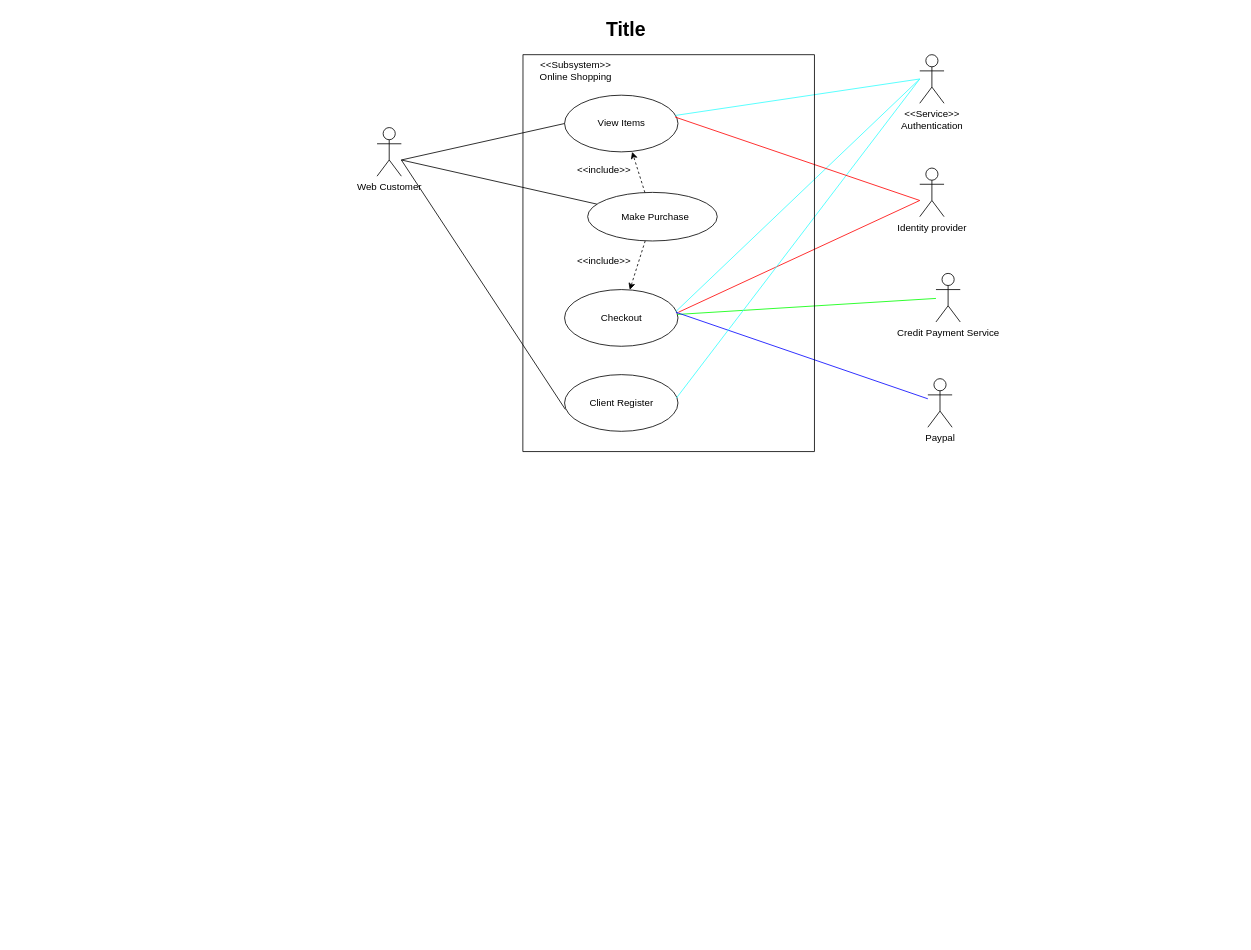
22022658NguyenTienKhoi/dict keeps this draw.io diagram as Biểu đồ không có tiêu đề.drawio. Above is the earlier version. Source tidied: cells renumbered, new cells numbered last; positions are measured from the earlier drawing's top-left corner, leaving out a move shared by most shapes. Both pictures are drawn from the tidied source at 81%, with x=0, y=0 at pixel (14, 14).
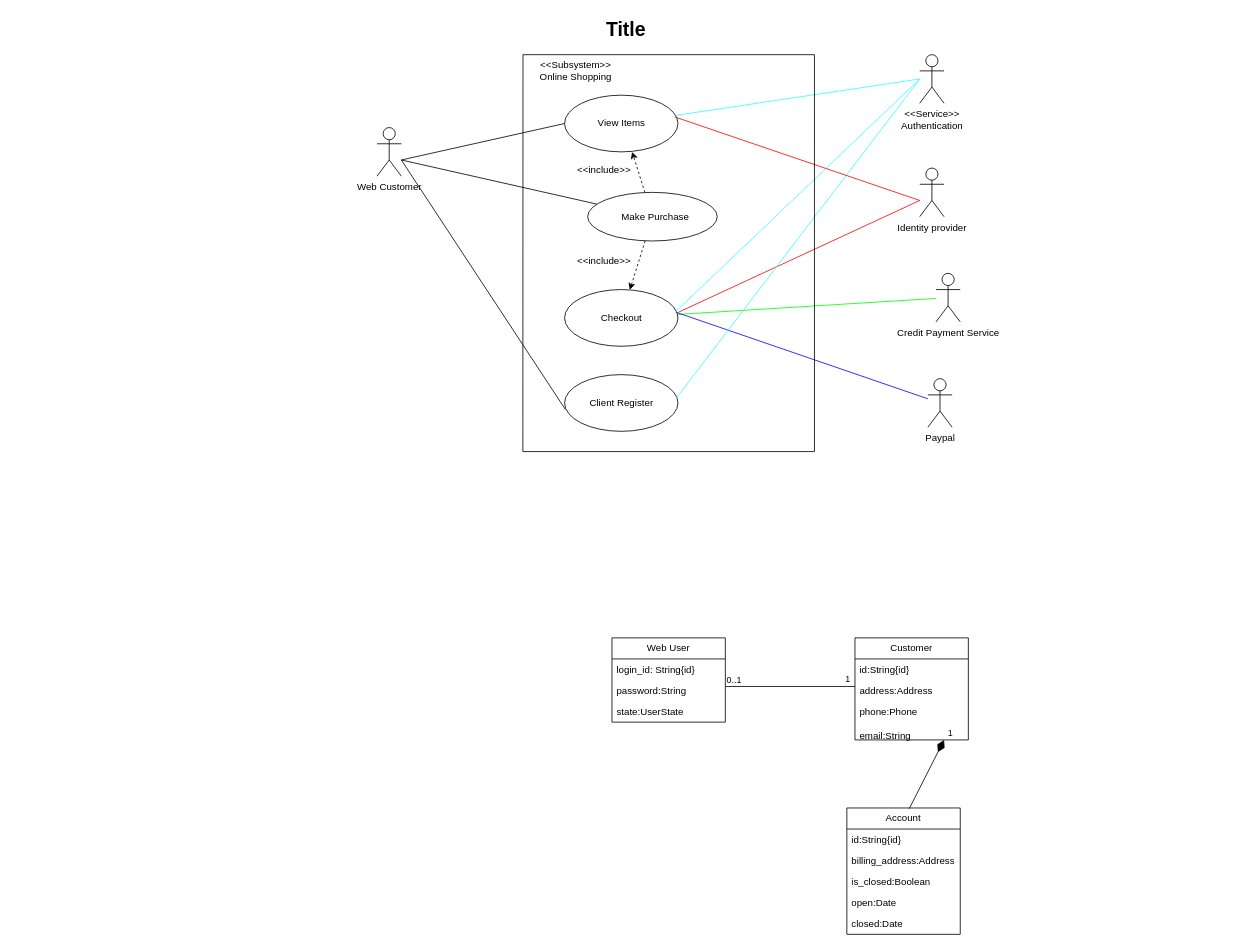
The same page after the edit.

Commit message (it also covers changes not shown here):
Cập nhật Biểu đồ không có tiêu đề.drawio

The edit, as a diff of the source:
```diff
@@
+    <mxCell id="32" value="Web User" style="swimlane;fontStyle=0;horizontal=1;startSize=26;fillColor=none;whiteSpace=wrap;html=1;" parent="1" vertex="1">
+      <mxGeometry x="738" y="770" width="140" height="104" as="geometry" />
+    </mxCell>
+    <mxCell id="33" value="login_id: String{id}" style="text;strokeColor=none;fillColor=none;align=left;verticalAlign=top;spacingLeft=4;spacingRight=4;overflow=hidden;whiteSpace=wrap;html=1;" parent="32" vertex="1">
+      <mxGeometry y="26" width="140" height="26" as="geometry" />
+    </mxCell>
+    <mxCell id="34" value="password:String" style="text;strokeColor=none;fillColor=none;align=left;verticalAlign=top;spacingLeft=4;spacingRight=4;overflow=hidden;whiteSpace=wrap;html=1;" parent="32" vertex="1">
+      <mxGeometry y="52" width="140" height="26" as="geometry" />
+    </mxCell>
+    <mxCell id="35" value="state:UserState" style="text;strokeColor=none;fillColor=none;align=left;verticalAlign=top;spacingLeft=4;spacingRight=4;overflow=hidden;whiteSpace=wrap;html=1;" parent="32" vertex="1">
+      <mxGeometry y="78" width="140" height="26" as="geometry" />
+    </mxCell>
+    <mxCell id="36" style="endArrow=none;endFill=0;html=1;edgeStyle=orthogonalEdgeStyle;align=left;verticalAlign=top;rounded=0;" parent="1" edge="1">
+      <mxGeometry x="-1" relative="1" as="geometry">
+        <mxPoint x="878" y="830" as="sourcePoint" />
+        <mxPoint x="1038" y="830" as="targetPoint" />
+      </mxGeometry>
+    </mxCell>
+    <mxCell id="37" value="0..1" style="edgeLabel;html=1;align=left;verticalAlign=bottom;" parent="36" vertex="1">
+      <mxGeometry x="-1" relative="1" as="geometry" />
+    </mxCell>
+    <mxCell id="38" value="1" style="edgeLabel;html=1;align=center;verticalAlign=middle;" parent="36" vertex="1">
+      <mxGeometry x="0.99" y="4" relative="1" as="geometry">
+        <mxPoint x="-9" y="-6" as="offset" />
+      </mxGeometry>
+    </mxCell>
+    <mxCell id="39" value="Customer" style="swimlane;fontStyle=0;horizontal=1;startSize=26;fillColor=none;whiteSpace=wrap;html=1;" parent="1" vertex="1">
+      <mxGeometry x="1038" y="770" width="140" height="126" as="geometry" />
+    </mxCell>
+    <mxCell id="40" value="id:String{id}" style="text;strokeColor=none;fillColor=none;align=left;verticalAlign=top;spacingLeft=4;spacingRight=4;overflow=hidden;whiteSpace=wrap;html=1;" parent="39" vertex="1">
+      <mxGeometry y="26" width="140" height="26" as="geometry" />
+    </mxCell>
+    <mxCell id="41" value="address:Address" style="text;strokeColor=none;fillColor=none;align=left;verticalAlign=top;spacingLeft=4;spacingRight=4;overflow=hidden;whiteSpace=wrap;html=1;" parent="39" vertex="1">
+      <mxGeometry y="52" width="140" height="26" as="geometry" />
+    </mxCell>
+    <mxCell id="42" value="phone:Phone&lt;br&gt;&lt;br&gt;email:String&lt;br&gt;&lt;div&gt;&lt;br&gt;&lt;/div&gt;" style="text;strokeColor=none;fillColor=none;align=left;verticalAlign=top;spacingLeft=4;spacingRight=4;overflow=hidden;points=[[0,0.5],[1,0.5]];portConstraint=eastwest;whiteSpace=wrap;html=1;" parent="39" vertex="1">
+      <mxGeometry y="78" width="140" height="48" as="geometry" />
+    </mxCell>
+    <mxCell id="43" value="Account" style="swimlane;fontStyle=0;horizontal=1;startSize=26;fillColor=none;whiteSpace=wrap;html=1;strokeColor=default;" parent="1" vertex="1">
+      <mxGeometry x="1028" y="980" width="140" height="156" as="geometry" />
+    </mxCell>
+    <mxCell id="44" value="id:String{id}" style="text;strokeColor=none;fillColor=none;align=left;verticalAlign=top;spacingLeft=4;spacingRight=4;overflow=hidden;whiteSpace=wrap;html=1;" parent="43" vertex="1">
+      <mxGeometry y="26" width="140" height="26" as="geometry" />
+    </mxCell>
+    <mxCell id="45" value="billing_address:Address" style="text;strokeColor=none;fillColor=none;align=left;verticalAlign=top;spacingLeft=4;spacingRight=4;overflow=hidden;whiteSpace=wrap;html=1;" parent="43" vertex="1">
+      <mxGeometry y="52" width="140" height="26" as="geometry" />
+    </mxCell>
+    <mxCell id="46" value="is_closed:Boolean" style="text;strokeColor=none;fillColor=none;align=left;verticalAlign=top;spacingLeft=4;spacingRight=4;overflow=hidden;whiteSpace=wrap;html=1;" parent="43" vertex="1">
+      <mxGeometry y="78" width="140" height="26" as="geometry" />
+    </mxCell>
+    <mxCell id="47" value="open:Date" style="text;strokeColor=none;fillColor=none;align=left;verticalAlign=top;spacingLeft=4;spacingRight=4;overflow=hidden;whiteSpace=wrap;html=1;" parent="43" vertex="1">
+      <mxGeometry y="104" width="140" height="26" as="geometry" />
+    </mxCell>
+    <mxCell id="48" value="closed:Date" style="text;strokeColor=none;fillColor=none;align=left;verticalAlign=top;spacingLeft=4;spacingRight=4;overflow=hidden;whiteSpace=wrap;html=1;" parent="43" vertex="1">
+      <mxGeometry y="130" width="140" height="26" as="geometry" />
+    </mxCell>
+    <mxCell id="49" value="1" style="endArrow=none;html=1;endSize=12;startArrow=diamondThin;startSize=14;startFill=1;align=left;verticalAlign=bottom;rounded=0;entryX=0.55;entryY=0.006;entryDx=0;entryDy=0;entryPerimeter=0;exitX=0.786;exitY=1;exitDx=0;exitDy=0;exitPerimeter=0;endFill=0;" parent="1" edge="1" source="42" target="43">
+      <mxGeometry x="-1" y="3" relative="1" as="geometry" />
+    </mxCell>
```
